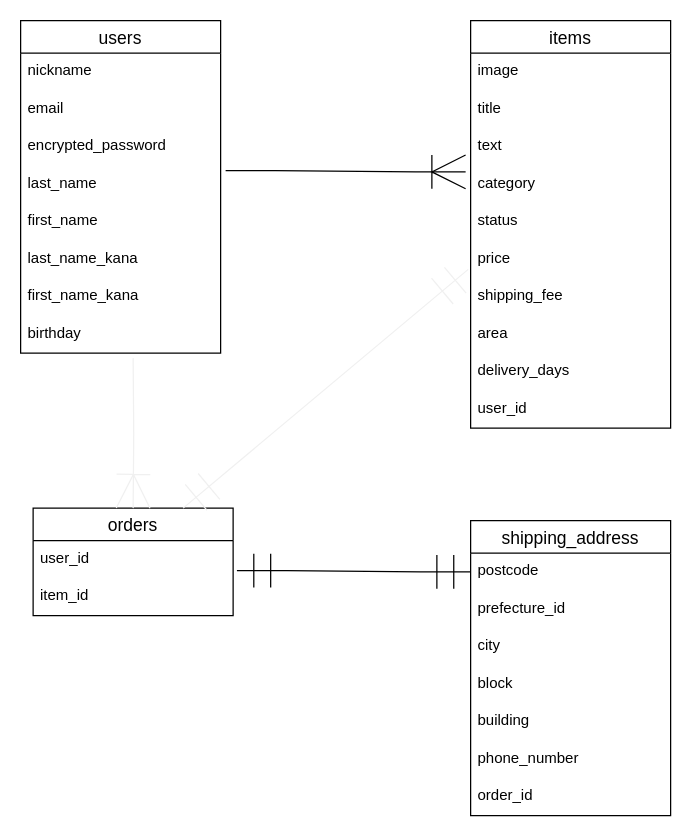
ranburu1/furima-36749 keeps this draw.io diagram as er.dio. Above is the earlier version. Source tidied: cells renumbered, new cells numbered last; positions are measured from the earlier drawing's top-left corner, leaving out a move shared by most shapes. Both pictures are drawn from the tidied source at 125%, with x=0, y=0 at pixel (20, 20).
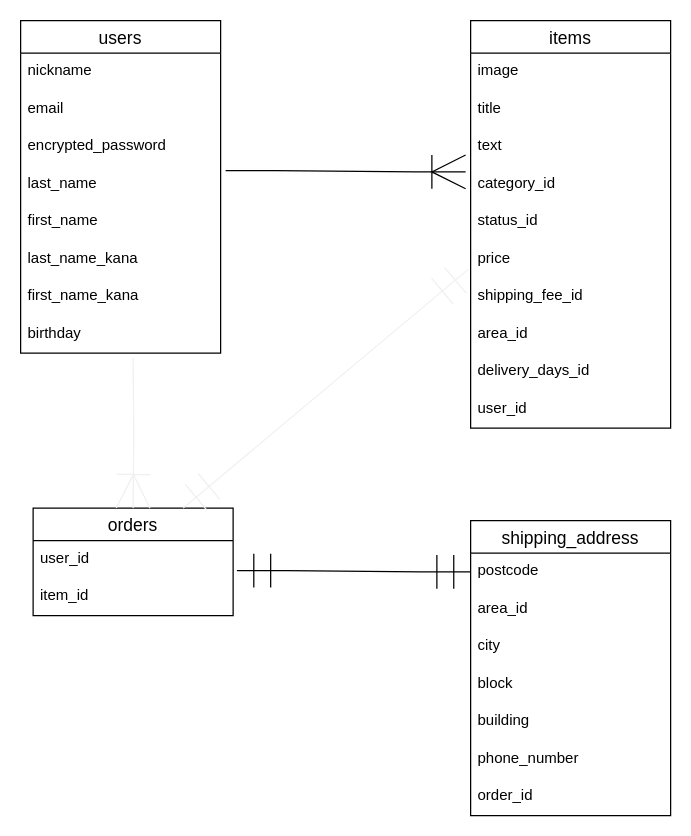
After the change.

Commit message (it also covers changes not shown here):
データベース設計修正

The change refers to these unchanged cells:
```xml
<mxCell id="11" value="items" style="swimlane;fontStyle=0;horizontal=1;startSize=26;align=center;fontSize=14;" parent="1" vertex="1">
  <mxGeometry x="360" width="160" height="326" as="geometry" />
</mxCell>
<mxCell id="25" value="shipping_address" style="swimlane;fontStyle=0;horizontal=1;startSize=26;align=center;fontSize=14;" parent="1" vertex="1">
  <mxGeometry x="360" y="400" width="160" height="236" as="geometry" />
</mxCell>
```

What changed in the source:
```diff
@@
-    <mxCell id="15" value="category" style="text;strokeColor=none;fillColor=none;spacingLeft=4;spacingRight=4;overflow=hidden;points=[[0,0.5],[1,0.5]];portConstraint=eastwest;fontSize=12;" parent="11" vertex="1">
+    <mxCell id="15" value="category_id" style="text;strokeColor=none;fillColor=none;spacingLeft=4;spacingRight=4;overflow=hidden;points=[[0,0.5],[1,0.5]];portConstraint=eastwest;fontSize=12;" parent="11" vertex="1">
       <mxGeometry y="116" width="160" height="30" as="geometry" />
     </mxCell>
-    <mxCell id="16" value="status" style="text;strokeColor=none;fillColor=none;spacingLeft=4;spacingRight=4;overflow=hidden;fontSize=12;" parent="11" vertex="1">
+    <mxCell id="16" value="status_id" style="text;strokeColor=none;fillColor=none;spacingLeft=4;spacingRight=4;overflow=hidden;fontSize=12;" parent="11" vertex="1">
       <mxGeometry y="146" width="160" height="30" as="geometry" />
     </mxCell>
@@
-    <mxCell id="18" value="shipping_fee" style="text;strokeColor=none;fillColor=none;spacingLeft=4;spacingRight=4;overflow=hidden;fontSize=12;" parent="11" vertex="1">
+    <mxCell id="18" value="shipping_fee_id" style="text;strokeColor=none;fillColor=none;spacingLeft=4;spacingRight=4;overflow=hidden;fontSize=12;" parent="11" vertex="1">
       <mxGeometry y="206" width="160" height="30" as="geometry" />
     </mxCell>
-    <mxCell id="19" value="area" style="text;strokeColor=none;fillColor=none;spacingLeft=4;spacingRight=4;overflow=hidden;fontSize=12;" parent="11" vertex="1">
+    <mxCell id="19" value="area_id" style="text;strokeColor=none;fillColor=none;spacingLeft=4;spacingRight=4;overflow=hidden;fontSize=12;" parent="11" vertex="1">
       <mxGeometry y="236" width="160" height="30" as="geometry" />
     </mxCell>
-    <mxCell id="20" value="delivery_days" style="text;strokeColor=none;fillColor=none;spacingLeft=4;spacingRight=4;overflow=hidden;fontSize=12;" parent="11" vertex="1">
+    <mxCell id="20" value="delivery_days_id" style="text;strokeColor=none;fillColor=none;spacingLeft=4;spacingRight=4;overflow=hidden;fontSize=12;" parent="11" vertex="1">
       <mxGeometry y="266" width="160" height="30" as="geometry" />
     </mxCell>
@@
-    <mxCell id="27" value="prefecture_id" style="text;strokeColor=none;fillColor=none;spacingLeft=4;spacingRight=4;overflow=hidden;fontSize=12;" parent="25" vertex="1">
+    <mxCell id="27" value="area_id" style="text;strokeColor=none;fillColor=none;spacingLeft=4;spacingRight=4;overflow=hidden;fontSize=12;" parent="25" vertex="1">
       <mxGeometry y="56" width="160" height="30" as="geometry" />
     </mxCell>
```
